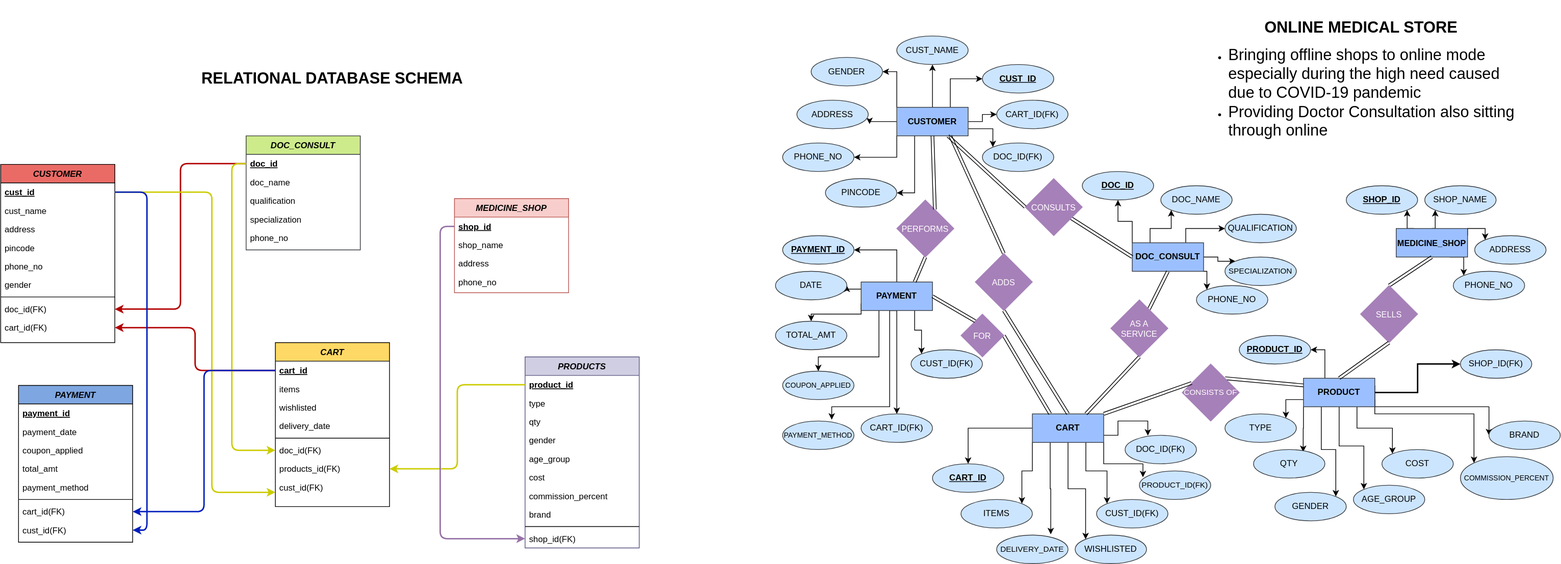
The draw.io diagram ER Diagrams/Latest/DBMS_All.svg in dhairyaostwal/DBMS-Project, before a commit. Source tidied: cells renumbered, new cells last; positions are measured from the earlier drawing's top-left corner, leaving out a move shared by most shapes.
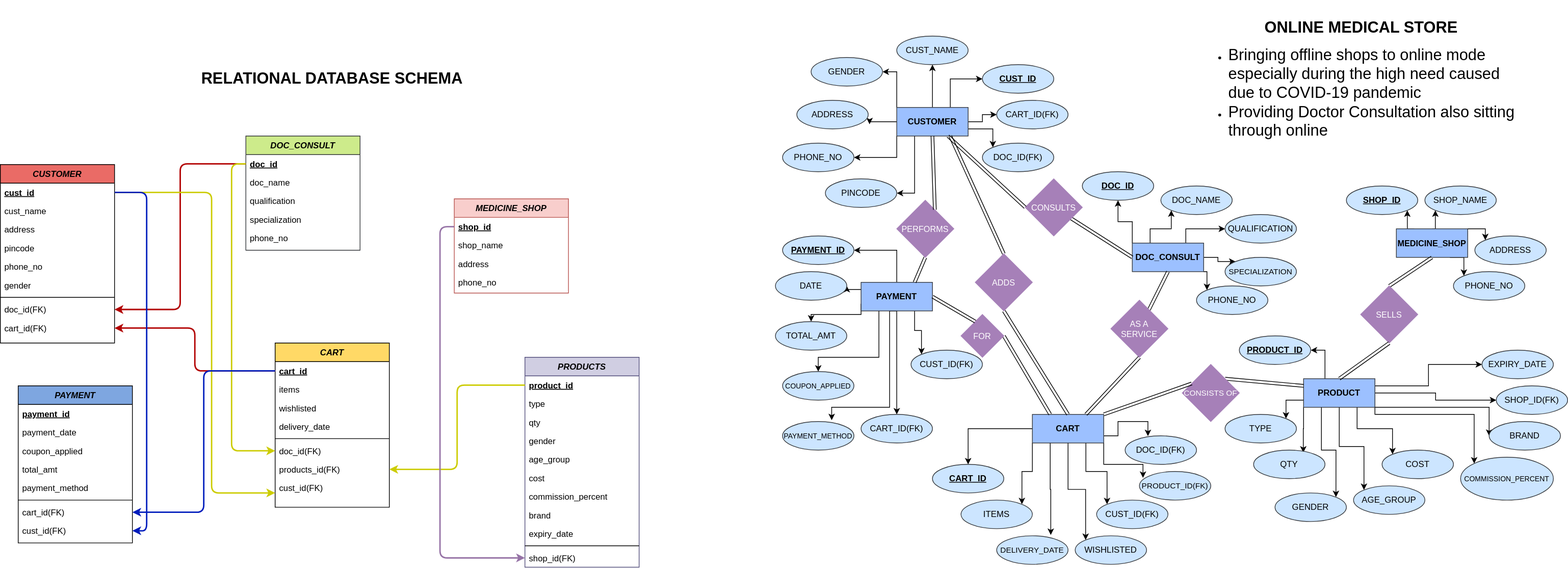
Above is the later version.

Diff of the diagram source:
```diff
@@ -60,7 +60,7 @@
       <mxGeometry y="190" width="160" height="26" as="geometry" />
     </mxCell>
     <mxCell id="21" value="PRODUCTS" style="swimlane;fontStyle=3;align=center;verticalAlign=top;horizontal=1;startSize=26;shadow=0;strokeWidth=1;fillColor=#d0cee2;strokeColor=#56517e;" parent="1" vertex="1">
-      <mxGeometry x="735" y="490" width="160" height="268" as="geometry" />
+      <mxGeometry x="735" y="490" width="160" height="294" as="geometry" />
     </mxCell>
     <mxCell id="22" value="product_id" style="text;align=left;verticalAlign=top;spacingLeft=4;spacingRight=4;overflow=hidden;points=[[0,0.5],[1,0.5]];portConstraint=eastwest;fontStyle=5;" parent="21" vertex="1">
       <mxGeometry y="26" width="160" height="26" as="geometry" />
@@ -86,11 +86,14 @@
     <mxCell id="29" value="brand" style="text;align=left;verticalAlign=top;spacingLeft=4;spacingRight=4;overflow=hidden;shadow=0;html=0;" parent="21" vertex="1">
       <mxGeometry y="208" width="160" height="26" as="geometry" />
     </mxCell>
+    <mxCell id="169" value="expiry_date" style="text;align=left;verticalAlign=top;spacingLeft=4;spacingRight=4;overflow=hidden;shadow=0;html=0;" parent="21" vertex="1">
+      <mxGeometry y="234" width="160" height="26" as="geometry" />
+    </mxCell>
     <mxCell id="30" style="line;html=1;strokeWidth=1;align=left;verticalAlign=middle;spacingTop=-1;spacingLeft=3;spacingRight=3;labelPosition=right;" parent="21" vertex="1">
-      <mxGeometry y="234" width="160" height="8" as="geometry" />
+      <mxGeometry y="260" width="160" height="8" as="geometry" />
     </mxCell>
     <mxCell id="31" value="shop_id(FK)" style="text;align=left;verticalAlign=top;spacingLeft=4;spacingRight=4;overflow=hidden;points=[[0,0.5],[1,0.5]];portConstraint=eastwest;shadow=0;html=0;" parent="21" vertex="1">
-      <mxGeometry y="242" width="160" height="26" as="geometry" />
+      <mxGeometry y="268" width="160" height="26" as="geometry" />
     </mxCell>
     <mxCell id="32" value="PAYMENT" style="swimlane;fontStyle=3;align=center;verticalAlign=top;horizontal=1;startSize=26;shadow=0;strokeWidth=1;fillColor=#7EA6E0;" parent="1" vertex="1">
       <mxGeometry x="25" y="530" width="160" height="220" as="geometry" />
@@ -403,9 +406,12 @@
         </Array>
       </mxGeometry>
     </mxCell>
-    <mxCell id="122" style="edgeStyle=orthogonalEdgeStyle;rounded=0;jettySize=auto;html=1;exitX=1;exitY=0.5;exitDx=0;exitDy=0;entryX=0;entryY=0.5;entryDx=0;entryDy=0;strokeWidth=2;" parent="1" edge="1" source="123" target="168">
+    <mxCell id="122" style="edgeStyle=orthogonalEdgeStyle;rounded=0;jettySize=auto;html=1;exitX=1;exitY=0.5;exitDx=0;exitDy=0;entryX=0;entryY=0.5;entryDx=0;entryDy=0;strokeWidth=1;" parent="1" edge="1" source="123" target="168">
       <mxGeometry relative="1" as="geometry" />
     </mxCell>
+    <mxCell id="170" style="edgeStyle=orthogonalEdgeStyle;rounded=0;jettySize=auto;html=1;exitX=1;exitY=0.25;exitDx=0;exitDy=0;entryX=0;entryY=0.5;entryDx=0;entryDy=0;strokeWidth=1;" parent="1" edge="1" source="123" target="171">
+      <mxGeometry relative="1" as="geometry" />
+    </mxCell>
     <mxCell id="123" value="PRODUCT" style="rounded=0;whiteSpace=wrap;html=1;fontStyle=1;strokeColor=#36393d;fillColor=#9CC0FF;" parent="1" vertex="1">
       <mxGeometry x="1826" y="520" width="100" height="40" as="geometry" />
     </mxCell>
@@ -555,7 +561,10 @@
       <mxGeometry x="1676" width="460" height="210" as="geometry" />
     </mxCell>
     <mxCell id="168" value="SHOP_ID(FK)" style="ellipse;whiteSpace=wrap;html=1;fillColor=#cce5ff;strokeColor=#36393d;" parent="1" vertex="1">
-      <mxGeometry x="2046" y="480" width="100" height="40" as="geometry" />
+      <mxGeometry x="2096" y="530" width="100" height="40" as="geometry" />
     </mxCell>
+    <mxCell id="171" value="EXPIRY_DATE" style="ellipse;whiteSpace=wrap;html=1;fillColor=#cce5ff;strokeColor=#36393d;" parent="1" vertex="1">
+      <mxGeometry x="2076" y="480" width="100" height="40" as="geometry" />
+    </mxCell>
   </root>
 </mxGraphModel>
```
